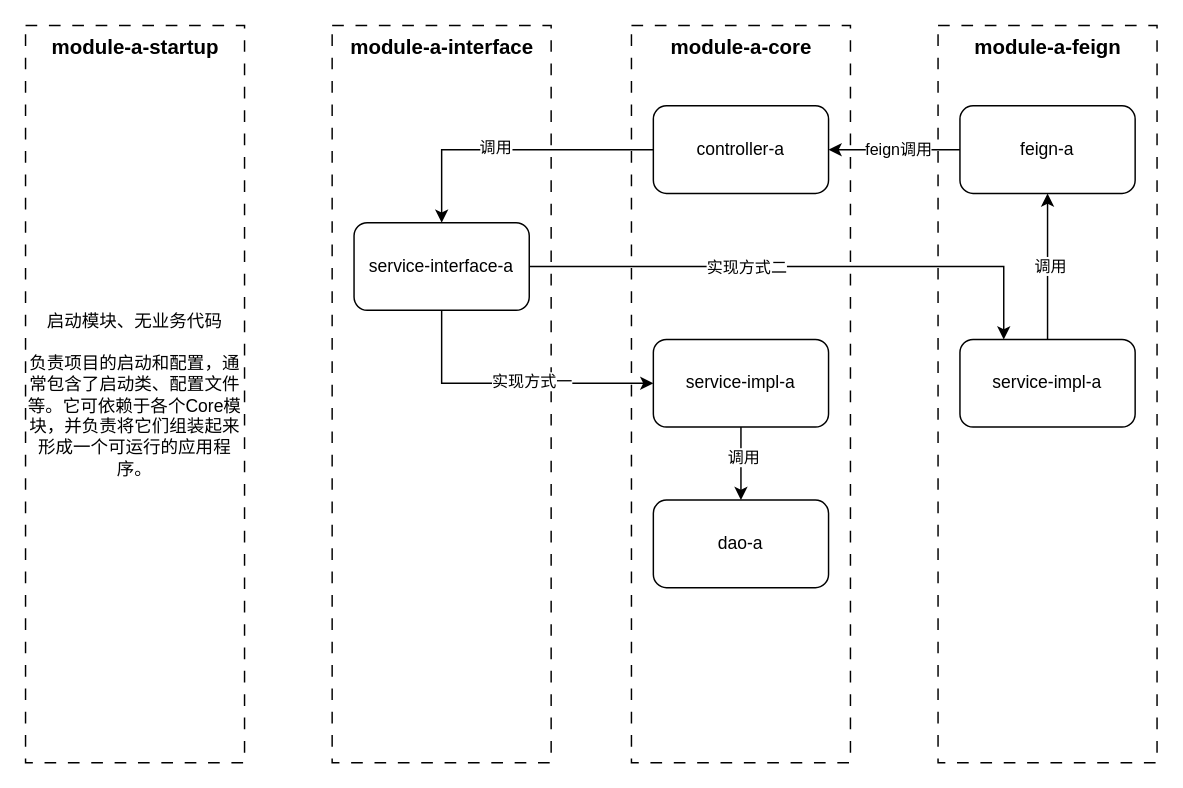
The draw.io diagram 单模块分层设计（有内部扩展接口）.drawio in codeyunze/drawio, before the edit. Source tidied: cells renumbered, new cells numbered last; positions are measured from the earlier drawing's top-left corner, leaving out a move shared by most shapes. Both pictures are drawn from the tidied source at 146%, with x=0, y=0 at pixel (25, 25).
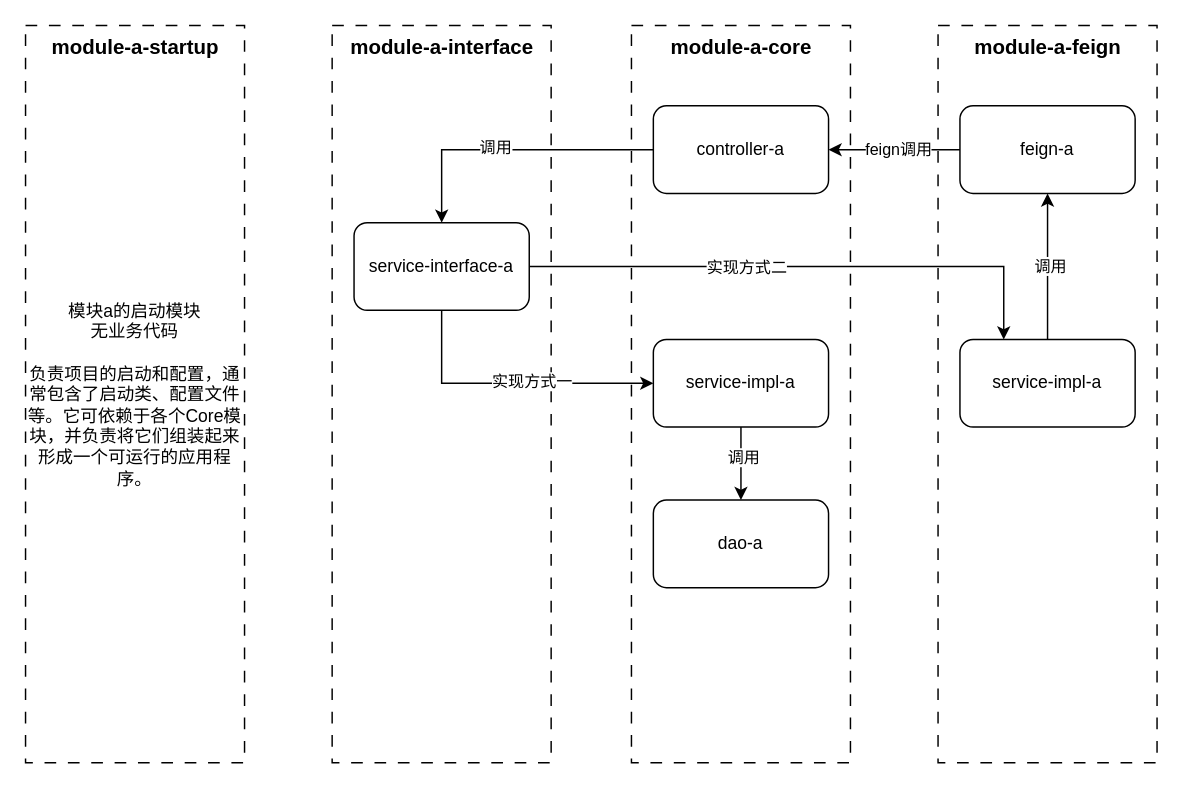
The same page after the edit.

Commit message (it also covers changes not shown here):
更新单模块分层设计（有内部扩展接口）.drawio

Diff of the diagram source:
```diff
@@
-    <mxCell id="26" value="启动模块、无业务代码&lt;div&gt;&lt;br&gt;&lt;/div&gt;&lt;div&gt;&lt;div&gt;负责项目的启动和配置，通常包含了启动类、配置文件等。它可依赖于各个Core模块，并负责将它们组装起来形成一个可运行的应用程序。&lt;/div&gt;&lt;/div&gt;" style="rounded=0;whiteSpace=wrap;html=1;dashed=1;dashPattern=8 8;" parent="1" vertex="1">
+    <mxCell id="26" value="模块a的启动模块&lt;div&gt;无业务代码&lt;div&gt;&lt;br&gt;&lt;/div&gt;&lt;div&gt;&lt;div&gt;负责项目的启动和配置，通常包含了启动类、配置文件等。它可依赖于各个Core模块，并负责将它们组装起来形成一个可运行的应用程序。&lt;/div&gt;&lt;/div&gt;&lt;/div&gt;" style="rounded=0;whiteSpace=wrap;html=1;dashed=1;dashPattern=8 8;" parent="1" vertex="1">
       <mxGeometry width="150" height="505" as="geometry" />
     </mxCell>
```
